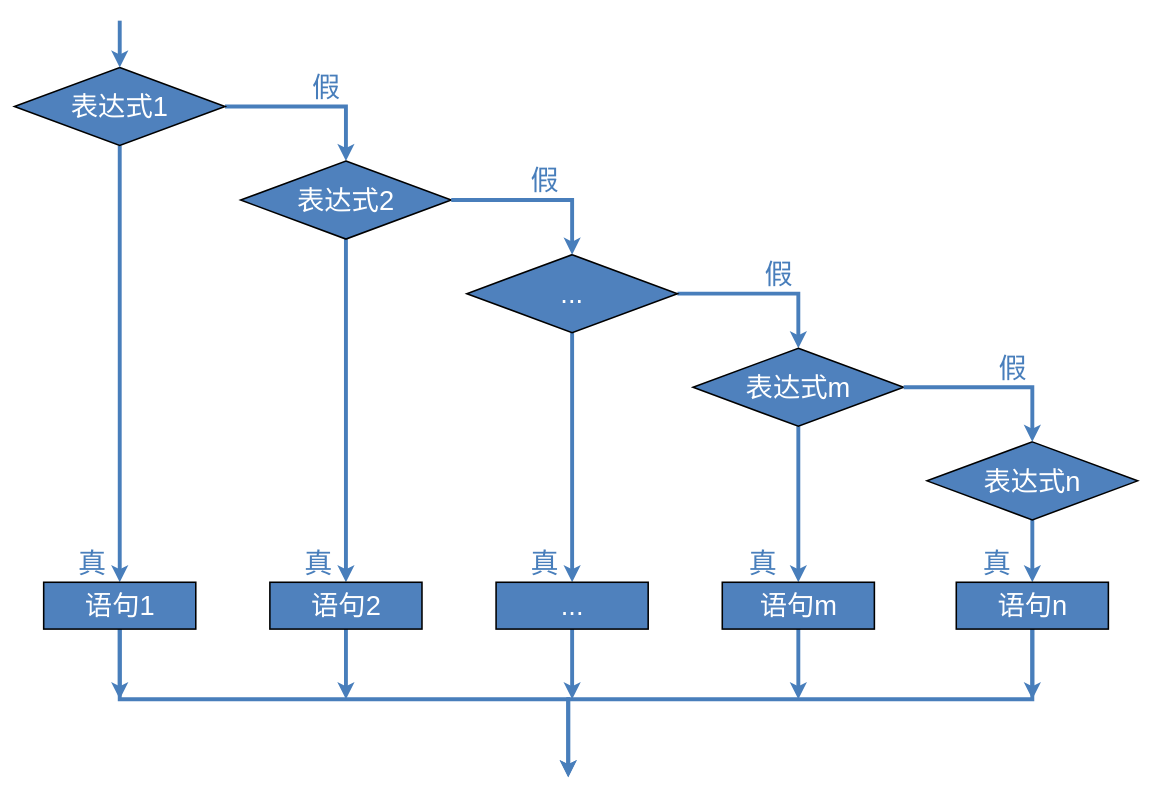
Before: javaifelseif.drawio in qingyunlyp/resource, a draw.io diagram. Source tidied: cells renumbered, new cells numbered last; positions are measured from the earlier drawing's top-left corner, leaving out a move shared by most shapes. Both pictures are drawn from the tidied source at 78%, with x=0, y=0 at pixel (14, 20).
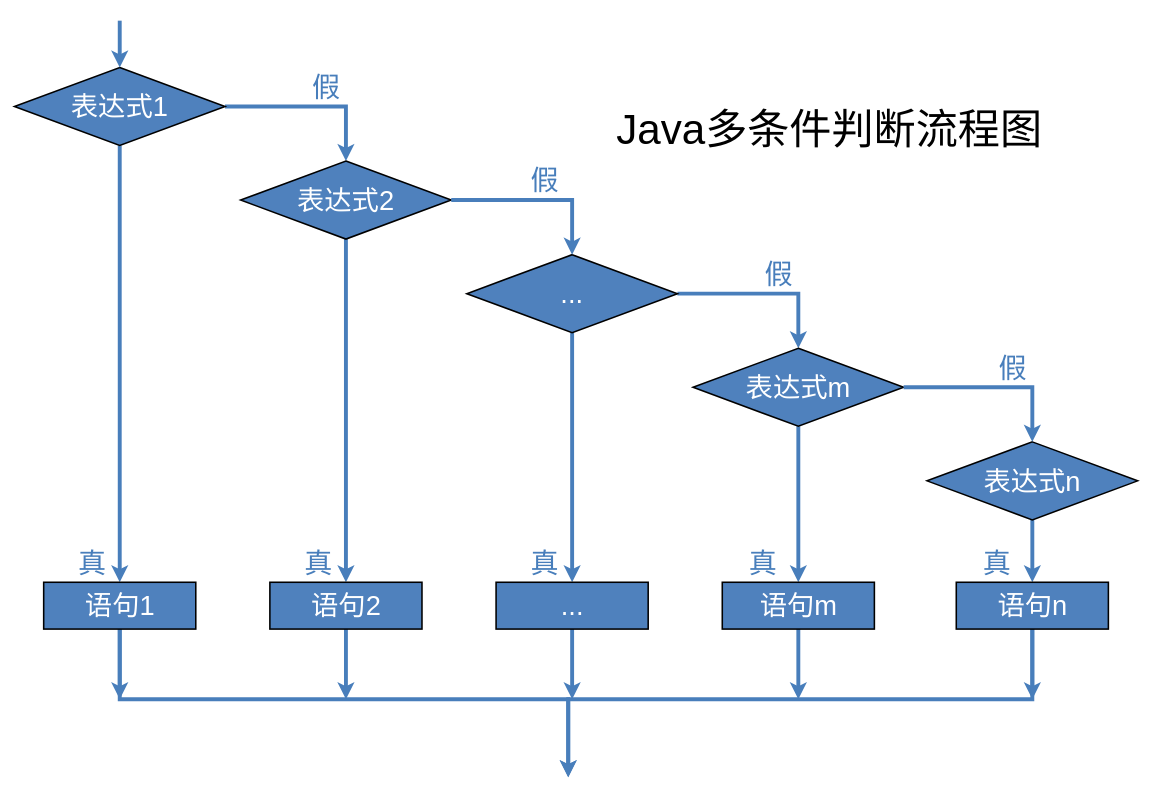
The same page after the edit.

The edit, as a diff of the source:
```diff
@@
+    <mxCell id="38" value="&lt;font style=&quot;font-size: 54px; background-color: light-dark(#ffffff, var(--ge-dark-color, #121212));&quot;&gt;Java多条件判断流程图&lt;/font&gt;" style="text;html=1;whiteSpace=wrap;strokeColor=none;fillColor=none;align=center;verticalAlign=middle;rounded=0;" parent="1" vertex="1">
+      <mxGeometry x="700" y="50" width="690" height="180" as="geometry" />
+    </mxCell>
```
